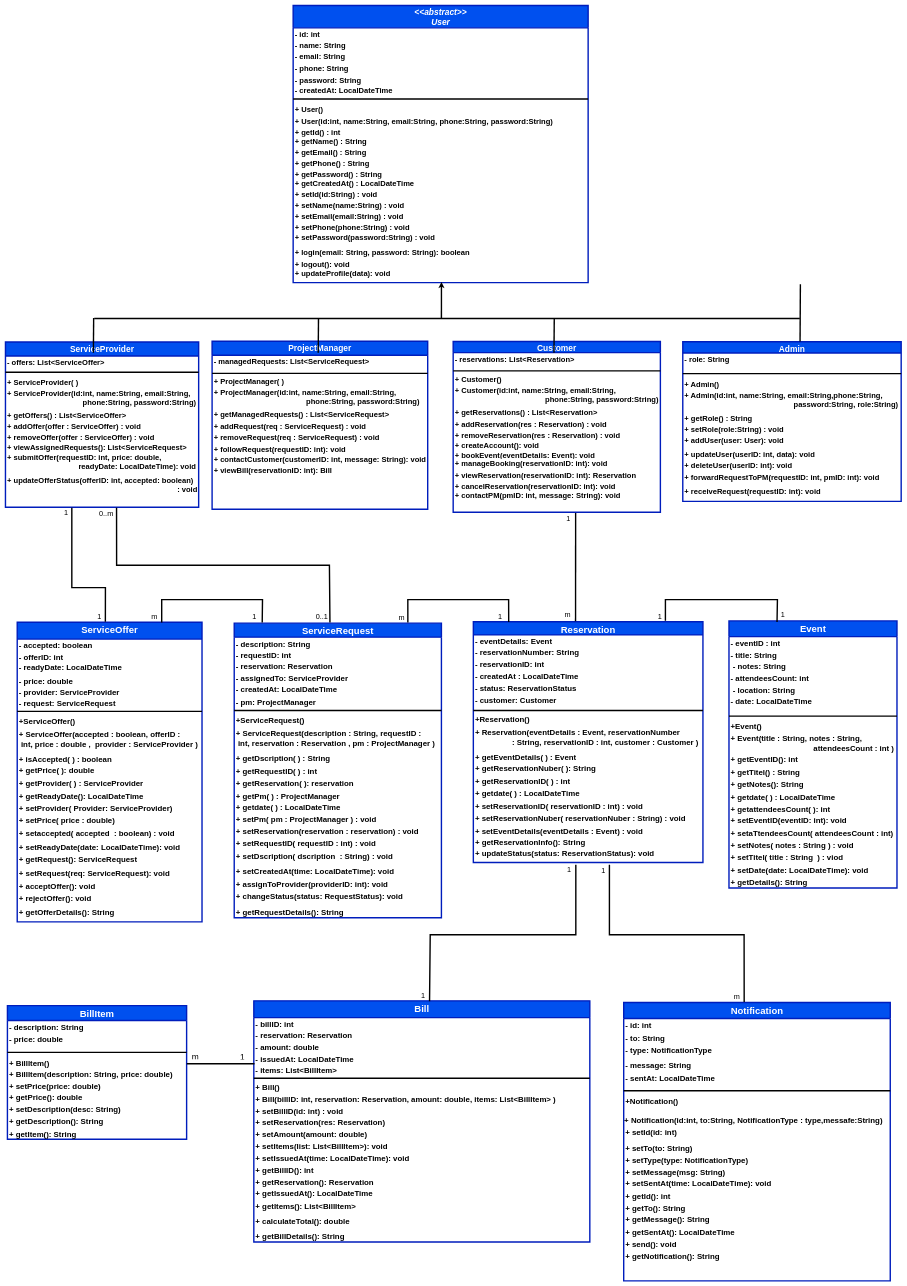
Before: Final Final PL2.drawio in Mohamed-Gamal456/acconunting, a draw.io diagram. Source tidied: cells renumbered, new cells numbered last; positions are measured from the earlier drawing's top-left corner, leaving out a move shared by most shapes. Both pictures are drawn from the tidied source at 28%, with x=0, y=0 at pixel (5, 5).
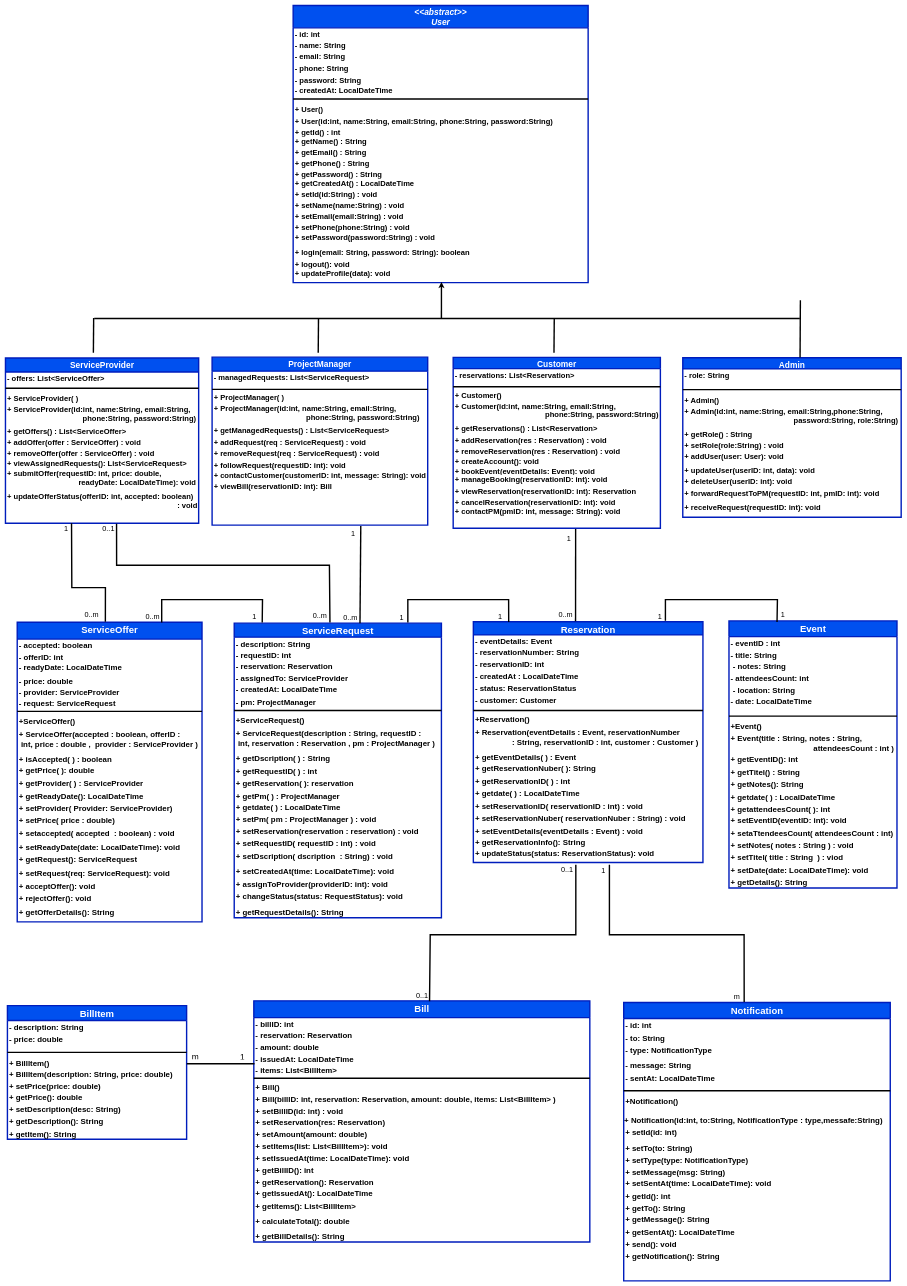
After the change.

The change refers to these unchanged cells:
```xml
<mxCell id="96" value="ServiceRequest" style="swimlane;fontStyle=1;align=center;verticalAlign=top;horizontal=1;startSize=50;rounded=0;shadow=0;strokeWidth=5;fillColor=#0050ef;fontColor=#ffffff;strokeColor=#001DBC;fontSize=34;" parent="1" vertex="1">
  <mxGeometry x="817" y="2206" width="740" height="1052" as="geometry" />
</mxCell>
<mxCell id="201" value="+ updateOfferStatus(offerID: int, accepted: boolean)&#10;                                                                                 : void" style="text;align=left;verticalAlign=top;spacingLeft=4;spacingRight=4;overflow=hidden;points=[[0,0.5],[1,0.5]];portConstraint=eastwest;fontSize=27;strokeWidth=5;fontStyle=1;" parent="191" vertex="1">
  <mxGeometry y="470" width="690" height="120" as="geometry" />
</mxCell>
```

What changed in the source:
```diff
@@
     <mxCell id="166" value="Customer" style="swimlane;fontStyle=1;align=center;verticalAlign=top;horizontal=1;startSize=40;rounded=0;shadow=0;strokeWidth=5;fillColor=#0050ef;fontColor=#ffffff;strokeColor=#001DBC;fontSize=30;" parent="1" vertex="1">
-      <mxGeometry x="1599" y="1200" width="740" height="610" as="geometry" />
+      <mxGeometry x="1599" y="1257" width="740" height="610" as="geometry" />
     </mxCell>
@@
     <mxCell id="180" value="ProjectManager" style="swimlane;fontStyle=1;align=center;verticalAlign=top;horizontal=1;startSize=50;rounded=0;shadow=0;strokeWidth=5;fillColor=#0050ef;fontColor=#ffffff;strokeColor=#001DBC;fontSize=30;" parent="1" vertex="1">
-      <mxGeometry x="738" y="1199" width="770" height="600" as="geometry" />
+      <mxGeometry x="738" y="1256" width="770" height="600" as="geometry" />
     </mxCell>
@@
     <mxCell id="191" value="ServiceProvider" style="swimlane;fontStyle=1;align=center;verticalAlign=top;horizontal=1;startSize=50;rounded=0;shadow=0;strokeWidth=5;fillColor=#0050ef;fontColor=#ffffff;strokeColor=#001DBC;fontSize=30;" parent="1" vertex="1">
-      <mxGeometry y="1202" width="690" height="590" as="geometry" />
+      <mxGeometry y="1259" width="690" height="590" as="geometry" />
     </mxCell>
@@
     <mxCell id="202" value="Admin" style="swimlane;fontStyle=1;align=center;verticalAlign=top;horizontal=1;startSize=40;rounded=0;shadow=0;strokeWidth=5;fillColor=#0050ef;fontColor=#ffffff;strokeColor=#001DBC;fontSize=30;" parent="1" vertex="1">
-      <mxGeometry x="2419" y="1201" width="780" height="570" as="geometry" />
+      <mxGeometry x="2419" y="1258" width="780" height="570" as="geometry" />
     </mxCell>
@@
     <mxCell id="216" style="endArrow=none;html=1;rounded=0;strokeWidth=5;exitX=0.537;exitY=-0.002;exitDx=0;exitDy=0;exitPerimeter=0;" parent="1" edge="1" source="202">
       <mxGeometry relative="1" as="geometry">
-        <mxPoint x="2839" y="996" as="targetPoint" />
+        <mxPoint x="2839" y="1053" as="targetPoint" />
       </mxGeometry>
     </mxCell>
@@
-    <mxCell id="225" value="&lt;font style=&quot;font-size: 26px;&quot;&gt;m&lt;/font&gt;" style="text;html=1;whiteSpace=wrap;strokeColor=none;fillColor=none;align=center;verticalAlign=middle;rounded=0;" parent="1" vertex="1">
+    <mxCell id="225" value="&lt;font style=&quot;font-size: 26px;&quot;&gt;1&lt;/font&gt;" style="text;html=1;whiteSpace=wrap;strokeColor=none;fillColor=none;align=center;verticalAlign=middle;rounded=0;" parent="1" vertex="1">
       <mxGeometry x="1385" y="2170" width="60" height="30" as="geometry" />
     </mxCell>
@@
-    <mxCell id="228" value="&lt;font style=&quot;font-size: 26px;&quot;&gt;m&lt;/font&gt;" style="text;html=1;whiteSpace=wrap;strokeColor=none;fillColor=none;align=center;verticalAlign=middle;rounded=0;" parent="1" vertex="1">
-      <mxGeometry x="502" y="2169" width="60" height="30" as="geometry" />
+    <mxCell id="228" value="&lt;font style=&quot;font-size: 26px;&quot;&gt;0..m&lt;/font&gt;" style="text;html=1;whiteSpace=wrap;strokeColor=none;fillColor=none;align=center;verticalAlign=middle;rounded=0;" parent="1" vertex="1">
+      <mxGeometry x="496" y="2169" width="60" height="30" as="geometry" />
     </mxCell>
@@
     <mxCell id="230" value="&lt;font style=&quot;font-size: 26px;&quot;&gt;1&lt;/font&gt;" style="text;html=1;whiteSpace=wrap;strokeColor=none;fillColor=none;align=center;verticalAlign=middle;rounded=0;" parent="1" vertex="1">
-      <mxGeometry x="1981" y="1817" width="60" height="30" as="geometry" />
+      <mxGeometry x="1982" y="1888" width="60" height="30" as="geometry" />
     </mxCell>
-    <mxCell id="231" value="&lt;font style=&quot;font-size: 26px;&quot;&gt;m&lt;/font&gt;" style="text;html=1;whiteSpace=wrap;strokeColor=none;fillColor=none;align=center;verticalAlign=middle;rounded=0;" parent="1" vertex="1">
-      <mxGeometry x="1978" y="2160" width="60" height="30" as="geometry" />
+    <mxCell id="231" value="&lt;font style=&quot;font-size: 26px;&quot;&gt;0..m&lt;/font&gt;" style="text;html=1;whiteSpace=wrap;strokeColor=none;fillColor=none;align=center;verticalAlign=middle;rounded=0;" parent="1" vertex="1">
+      <mxGeometry x="1971" y="2160" width="60" height="30" as="geometry" />
     </mxCell>
@@
     <mxCell id="233" value="&lt;font style=&quot;font-size: 26px;&quot;&gt;0..1&lt;/font&gt;" style="text;html=1;whiteSpace=wrap;strokeColor=none;fillColor=none;align=center;verticalAlign=middle;rounded=0;" parent="1" vertex="1">
-      <mxGeometry x="1100" y="2169" width="60" height="30" as="geometry" />
+      <mxGeometry x="338" y="1855" width="60" height="30" as="geometry" />
     </mxCell>
     <mxCell id="234" value="&lt;font style=&quot;font-size: 26px;&quot;&gt;0..m&lt;/font&gt;" style="text;html=1;whiteSpace=wrap;strokeColor=none;fillColor=none;align=center;verticalAlign=middle;rounded=0;" parent="1" vertex="1">
-      <mxGeometry x="330" y="1800" width="60" height="30" as="geometry" />
+      <mxGeometry x="1093" y="2164" width="60" height="30" as="geometry" />
     </mxCell>
-    <mxCell id="235" style="endArrow=none;html=1;rounded=0;strokeWidth=5;entryX=0.591;entryY=1.031;entryDx=0;entryDy=0;entryPerimeter=0;exitX=0.477;exitY=-0.005;exitDx=0;exitDy=0;exitPerimeter=0;" parent="1" edge="1">
+    <mxCell id="235" style="endArrow=none;html=1;rounded=0;strokeWidth=5;entryX=0.342;entryY=1.003;entryDx=0;entryDy=0;exitX=0.477;exitY=-0.005;exitDx=0;exitDy=0;exitPerimeter=0;entryPerimeter=0;" parent="1" edge="1" target="201">
       <mxGeometry relative="1" as="geometry">
         <mxPoint x="356.8" y="2201.3" as="sourcePoint" />
-        <mxPoint x="237" y="1794" as="targetPoint" />
         <Array as="points">
           <mxPoint x="357" y="2079" />
           <mxPoint x="237" y="2079" />
         </Array>
       </mxGeometry>
     </mxCell>
-    <mxCell id="236" value="&lt;font style=&quot;font-size: 26px;&quot;&gt;1&lt;/font&gt;" style="text;html=1;whiteSpace=wrap;strokeColor=none;fillColor=none;align=center;verticalAlign=middle;rounded=0;" parent="1" vertex="1">
-      <mxGeometry x="306" y="2169" width="60" height="30" as="geometry" />
-    </mxCell>
     <mxCell id="237" value="&lt;font style=&quot;font-size: 26px;&quot;&gt;1&lt;/font&gt;" style="text;html=1;whiteSpace=wrap;strokeColor=none;fillColor=none;align=center;verticalAlign=middle;rounded=0;" parent="1" vertex="1">
-      <mxGeometry x="187" y="1798" width="60" height="30" as="geometry" />
+      <mxGeometry x="187" y="1855" width="60" height="30" as="geometry" />
     </mxCell>
@@
-    <mxCell id="241" value="&lt;font style=&quot;font-size: 26px;&quot;&gt;1&lt;/font&gt;" style="text;html=1;whiteSpace=wrap;strokeColor=none;fillColor=none;align=center;verticalAlign=middle;rounded=0;" parent="1" vertex="1">
-      <mxGeometry x="1983" y="3071" width="60" height="30" as="geometry" />
+    <mxCell id="241" value="&lt;font style=&quot;font-size: 26px;&quot;&gt;0..1&lt;/font&gt;" style="text;html=1;whiteSpace=wrap;strokeColor=none;fillColor=none;align=center;verticalAlign=middle;rounded=0;" parent="1" vertex="1">
+      <mxGeometry x="1976" y="3071" width="60" height="30" as="geometry" />
     </mxCell>
@@
-    <mxCell id="243" value="&lt;font style=&quot;font-size: 26px;&quot;&gt;1&lt;/font&gt;" style="text;html=1;whiteSpace=wrap;strokeColor=none;fillColor=none;align=center;verticalAlign=middle;rounded=0;" parent="1" vertex="1">
-      <mxGeometry x="1462" y="3520" width="60" height="30" as="geometry" />
+    <mxCell id="243" value="&lt;font style=&quot;font-size: 26px;&quot;&gt;0..1&lt;/font&gt;" style="text;html=1;whiteSpace=wrap;strokeColor=none;fillColor=none;align=center;verticalAlign=middle;rounded=0;" parent="1" vertex="1">
+      <mxGeometry x="1458" y="3520" width="60" height="30" as="geometry" />
     </mxCell>
+    <mxCell id="236" value="&lt;font style=&quot;font-size: 26px;&quot;&gt;1&lt;/font&gt;" style="text;html=1;whiteSpace=wrap;strokeColor=none;fillColor=none;align=center;verticalAlign=middle;rounded=0;" parent="1" vertex="1">
+      <mxGeometry x="1212" y="1873" width="60" height="30" as="geometry" />
+    </mxCell>
+    <mxCell id="244" value="&lt;font style=&quot;font-size: 26px;&quot;&gt;0..m&lt;/font&gt;" style="text;html=1;whiteSpace=wrap;strokeColor=none;fillColor=none;align=center;verticalAlign=middle;rounded=0;" parent="1" vertex="1">
+      <mxGeometry x="1202" y="2172" width="60" height="30" as="geometry" />
+    </mxCell>
+    <mxCell id="245" style="endArrow=none;html=1;rounded=0;strokeWidth=5;exitX=0.607;exitY=0;exitDx=0;exitDy=0;exitPerimeter=0;" parent="1" edge="1" source="96">
+      <mxGeometry relative="1" as="geometry">
+        <mxPoint x="1269" y="1859" as="targetPoint" />
+      </mxGeometry>
+    </mxCell>
+    <mxCell id="246" value="&lt;font style=&quot;font-size: 26px;&quot;&gt;0..m&lt;/font&gt;" style="text;html=1;whiteSpace=wrap;strokeColor=none;fillColor=none;align=center;verticalAlign=middle;rounded=0;" parent="1" vertex="1">
+      <mxGeometry x="278" y="2159" width="60" height="30" as="geometry" />
+    </mxCell>
```
